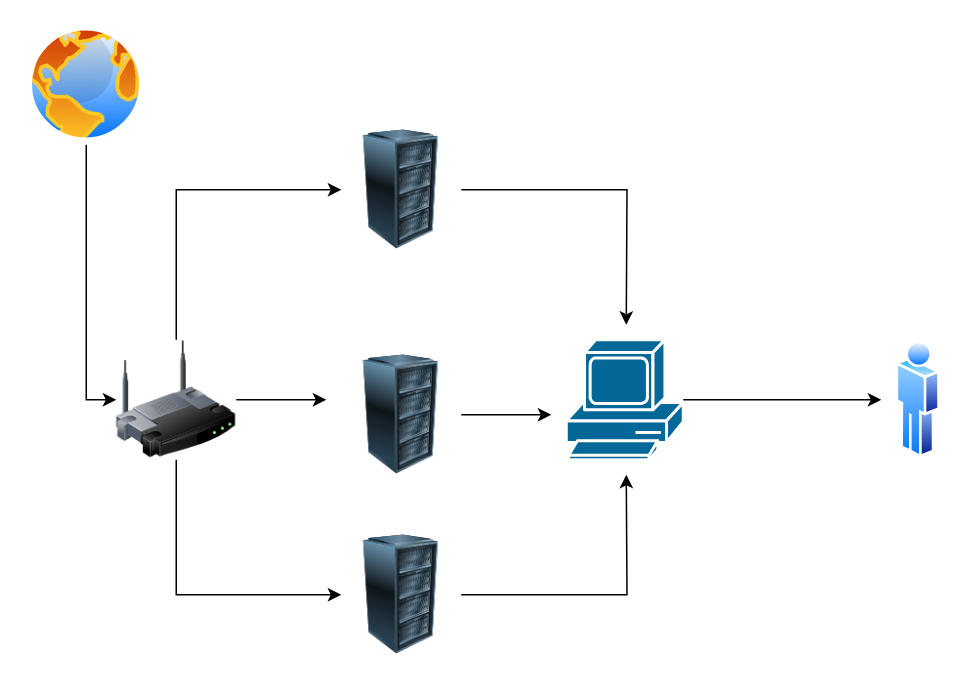
Above: Untitled.drawio in detahermana/vagrant (draw.io), before the change. Source tidied: cells renumbered, new cells numbered last; positions are measured from the earlier drawing's top-left corner, leaving out a move shared by most shapes. Both pictures are drawn from the tidied source at 150%, with x=0, y=0 at pixel (26, 24).
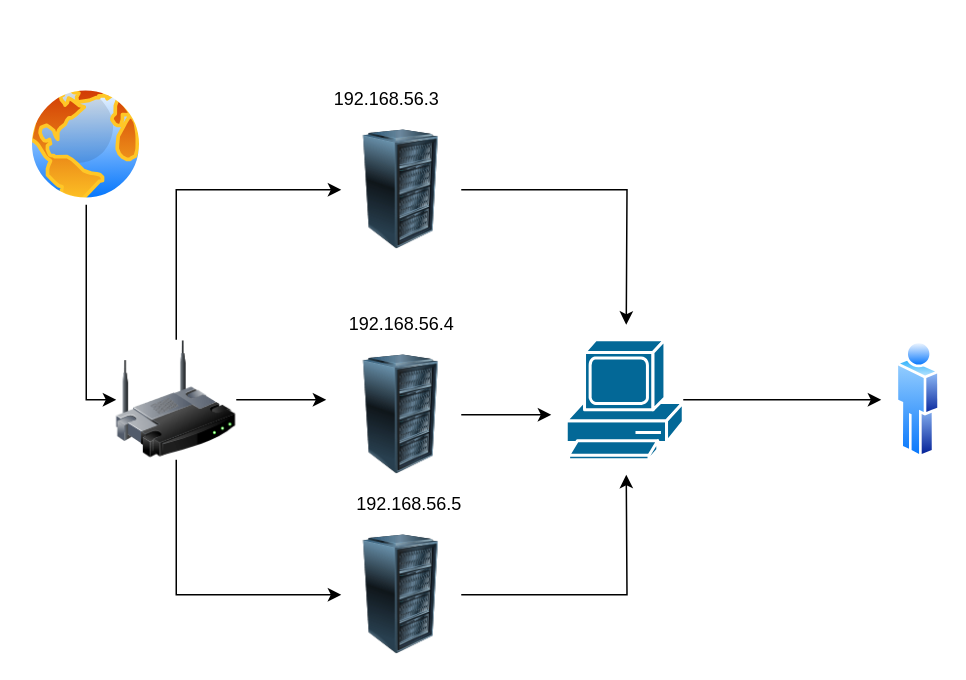
After the change.

Change to the diagram source:
```diff
@@
     <mxCell id="3" style="perimeter=ellipsePerimeter;html=1;align=center;shadow=0;dashed=0;spacingTop=3;image;image=img/lib/active_directory/internet_globe.svg;" parent="1" vertex="1">
-      <mxGeometry width="80" height="80" as="geometry" />
+      <mxGeometry y="40" width="80" height="80" as="geometry" />
     </mxCell>
@@
+    <mxCell id="17" value="192.168.56.3" style="text;html=1;align=center;verticalAlign=middle;strokeColor=none;fillColor=none;" parent="1" vertex="1">
+      <mxGeometry x="195" y="40" width="90" height="20" as="geometry" />
+    </mxCell>
+    <mxCell id="18" value="192.168.56.4" style="text;html=1;align=center;verticalAlign=middle;strokeColor=none;fillColor=none;" parent="1" vertex="1">
+      <mxGeometry x="205" y="190" width="90" height="20" as="geometry" />
+    </mxCell>
+    <mxCell id="19" value="192.168.56.5" style="text;html=1;align=center;verticalAlign=middle;strokeColor=none;fillColor=none;" parent="1" vertex="1">
+      <mxGeometry x="210" y="310" width="90" height="20" as="geometry" />
+    </mxCell>
```
